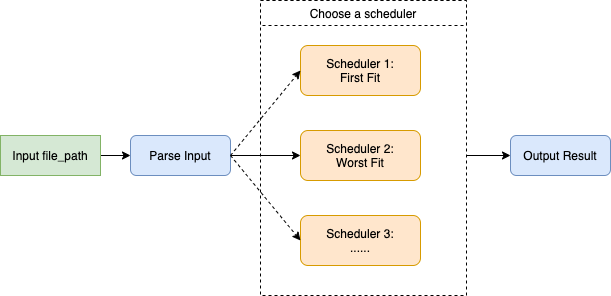
The draw.io diagram workflow.png in JasonKing666/TheaterSeatingScheduler, before a commit. Source tidied: cells renumbered, new cells last; positions are measured from the earlier drawing's top-left corner, leaving out a move shared by most shapes. Source of this version:
```xml
<mxGraphModel>
  <root>
    <mxCell id="0" />
    <mxCell id="1" parent="0" />
    <mxCell id="2" style="edgeStyle=orthogonalEdgeStyle;rounded=0;jettySize=auto;html=1;entryX=0;entryY=0.5;entryDx=0;entryDy=0;" parent="1" edge="1" target="12">
      <mxGeometry relative="1" as="geometry">
        <mxPoint x="460" y="155" as="sourcePoint" />
      </mxGeometry>
    </mxCell>
    <mxCell id="3" style="rounded=0;whiteSpace=wrap;html=1;dashed=1;" parent="1" vertex="1">
      <mxGeometry x="260" width="206" height="295" as="geometry" />
    </mxCell>
    <mxCell id="4" style="edgeStyle=orthogonalEdgeStyle;rounded=0;jettySize=auto;html=1;exitX=1;exitY=0.5;exitDx=0;exitDy=0;entryX=0;entryY=0.5;entryDx=0;entryDy=0;" parent="1" edge="1" source="5" target="7">
      <mxGeometry relative="1" as="geometry" />
    </mxCell>
    <mxCell id="5" value="Input file_path" style="rounded=0;whiteSpace=wrap;html=1;fillColor=#d5e8d4;strokeColor=#82b366;" parent="1" vertex="1">
      <mxGeometry y="135" width="100" height="40" as="geometry" />
    </mxCell>
    <mxCell id="6" style="edgeStyle=orthogonalEdgeStyle;rounded=0;jettySize=auto;html=1;exitX=1;exitY=0.5;exitDx=0;exitDy=0;entryX=0;entryY=0.5;entryDx=0;entryDy=0;" parent="1" edge="1" source="7" target="9">
      <mxGeometry relative="1" as="geometry" />
    </mxCell>
    <mxCell id="7" value="Parse Input" style="rounded=1;whiteSpace=wrap;html=1;fillColor=#dae8fc;strokeColor=#6c8ebf;" parent="1" vertex="1">
      <mxGeometry x="130" y="135" width="100" height="40" as="geometry" />
    </mxCell>
    <mxCell id="8" value="Scheduler 1:&lt;br&gt;First Fit" style="rounded=1;whiteSpace=wrap;html=1;fillColor=#ffe6cc;strokeColor=#d79b00;" parent="1" vertex="1">
      <mxGeometry x="300" y="45" width="120" height="50" as="geometry" />
    </mxCell>
    <mxCell id="9" value="Scheduler 2:&lt;br&gt;Worst Fit" style="rounded=1;whiteSpace=wrap;html=1;fillColor=#ffe6cc;strokeColor=#d79b00;" parent="1" vertex="1">
      <mxGeometry x="300" y="130" width="120" height="50" as="geometry" />
    </mxCell>
    <mxCell id="10" value="Scheduler 3:&lt;br&gt;......" style="rounded=1;whiteSpace=wrap;html=1;fillColor=#ffe6cc;strokeColor=#d79b00;" parent="1" vertex="1">
      <mxGeometry x="300" y="215" width="120" height="50" as="geometry" />
    </mxCell>
    <mxCell id="11" value="Choose a scheduler" style="rounded=0;whiteSpace=wrap;html=1;dashed=1;" parent="1" vertex="1">
      <mxGeometry x="260" width="206" height="25" as="geometry" />
    </mxCell>
    <mxCell id="12" value="Output Result" style="rounded=1;whiteSpace=wrap;html=1;fillColor=#dae8fc;strokeColor=#6c8ebf;" parent="1" vertex="1">
      <mxGeometry x="510" y="135" width="100" height="40" as="geometry" />
    </mxCell>
    <mxCell id="13" style="endArrow=classic;html=1;rounded=0;entryX=0;entryY=0.5;entryDx=0;entryDy=0;exitX=1;exitY=0.5;exitDx=0;exitDy=0;dashed=1;" parent="1" edge="1" source="7" target="8">
      <mxGeometry relative="1" as="geometry" />
    </mxCell>
    <mxCell id="14" style="endArrow=classic;html=1;rounded=0;entryX=0;entryY=0.5;entryDx=0;entryDy=0;exitX=1;exitY=0.5;exitDx=0;exitDy=0;dashed=1;" parent="1" edge="1" source="7" target="10">
      <mxGeometry relative="1" as="geometry" />
    </mxCell>
  </root>
</mxGraphModel>
```
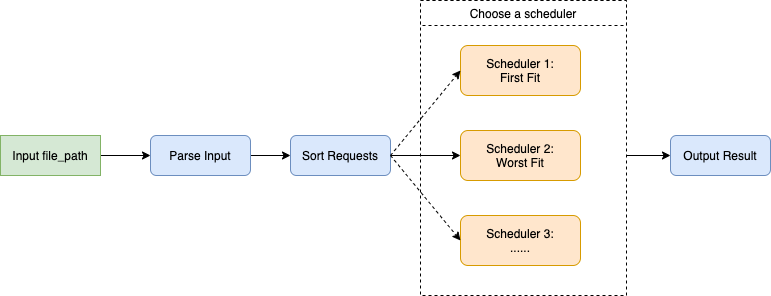
The same diagram one commit later.

Change to the diagram source:
```diff
@@ -10,16 +10,16 @@
     <mxCell id="3" style="rounded=0;whiteSpace=wrap;html=1;dashed=1;" parent="1" vertex="1">
       <mxGeometry x="260" width="206" height="295" as="geometry" />
     </mxCell>
-    <mxCell id="4" style="edgeStyle=orthogonalEdgeStyle;rounded=0;jettySize=auto;html=1;exitX=1;exitY=0.5;exitDx=0;exitDy=0;entryX=0;entryY=0.5;entryDx=0;entryDy=0;" parent="1" edge="1" source="5" target="7">
+    <mxCell id="4" style="edgeStyle=orthogonalEdgeStyle;rounded=0;jettySize=auto;html=1;exitX=1;exitY=0.5;exitDx=0;exitDy=0;entryX=0;entryY=0.5;entryDx=0;entryDy=0;" parent="1" edge="1" source="5" target="16">
       <mxGeometry relative="1" as="geometry" />
     </mxCell>
     <mxCell id="5" value="Input file_path" style="rounded=0;whiteSpace=wrap;html=1;fillColor=#d5e8d4;strokeColor=#82b366;" parent="1" vertex="1">
-      <mxGeometry y="135" width="100" height="40" as="geometry" />
+      <mxGeometry x="-160" y="135" width="100" height="40" as="geometry" />
     </mxCell>
     <mxCell id="6" style="edgeStyle=orthogonalEdgeStyle;rounded=0;jettySize=auto;html=1;exitX=1;exitY=0.5;exitDx=0;exitDy=0;entryX=0;entryY=0.5;entryDx=0;entryDy=0;" parent="1" edge="1" source="7" target="9">
       <mxGeometry relative="1" as="geometry" />
     </mxCell>
-    <mxCell id="7" value="Parse Input" style="rounded=1;whiteSpace=wrap;html=1;fillColor=#dae8fc;strokeColor=#6c8ebf;" parent="1" vertex="1">
+    <mxCell id="7" value="Sort Requests" style="rounded=1;whiteSpace=wrap;html=1;fillColor=#dae8fc;strokeColor=#6c8ebf;" parent="1" vertex="1">
       <mxGeometry x="130" y="135" width="100" height="40" as="geometry" />
     </mxCell>
     <mxCell id="8" value="Scheduler 1:&lt;br&gt;First Fit" style="rounded=1;whiteSpace=wrap;html=1;fillColor=#ffe6cc;strokeColor=#d79b00;" parent="1" vertex="1">
@@ -43,5 +43,11 @@
     <mxCell id="14" style="endArrow=classic;html=1;rounded=0;entryX=0;entryY=0.5;entryDx=0;entryDy=0;exitX=1;exitY=0.5;exitDx=0;exitDy=0;dashed=1;" parent="1" edge="1" source="7" target="10">
       <mxGeometry relative="1" as="geometry" />
     </mxCell>
+    <mxCell id="15" style="edgeStyle=orthogonalEdgeStyle;rounded=0;jettySize=auto;html=1;exitX=1;exitY=0.5;exitDx=0;exitDy=0;" parent="1" edge="1" source="16" target="7">
+      <mxGeometry relative="1" as="geometry" />
+    </mxCell>
+    <mxCell id="16" value="Parse Input" style="rounded=1;whiteSpace=wrap;html=1;fillColor=#dae8fc;strokeColor=#6c8ebf;" parent="1" vertex="1">
+      <mxGeometry x="-10" y="135" width="100" height="40" as="geometry" />
+    </mxCell>
   </root>
 </mxGraphModel>
```
